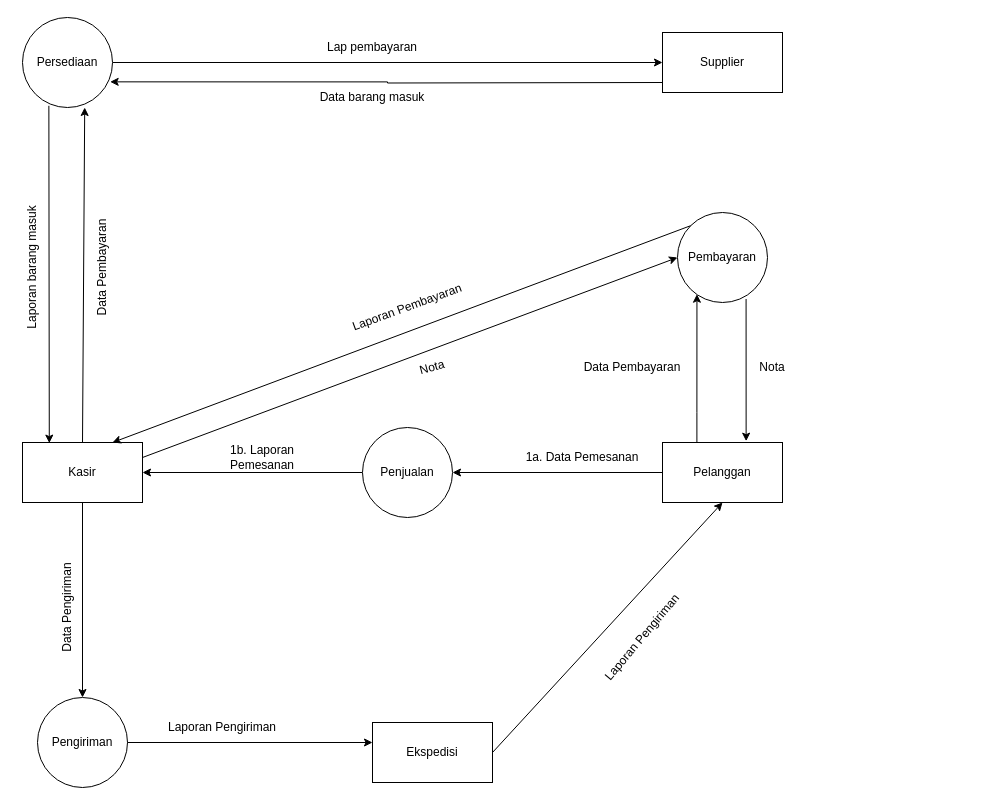
Above: Diagram Tanpa Judul.drawio in Nadanafisah676/Nadanafisah676 (draw.io), before the change. Source tidied: cells renumbered, new cells numbered last; positions are measured from the earlier drawing's top-left corner, leaving out a move shared by most shapes. Both pictures are drawn from the tidied source at 100%, with x=0, y=0 at pixel (-48, 17).
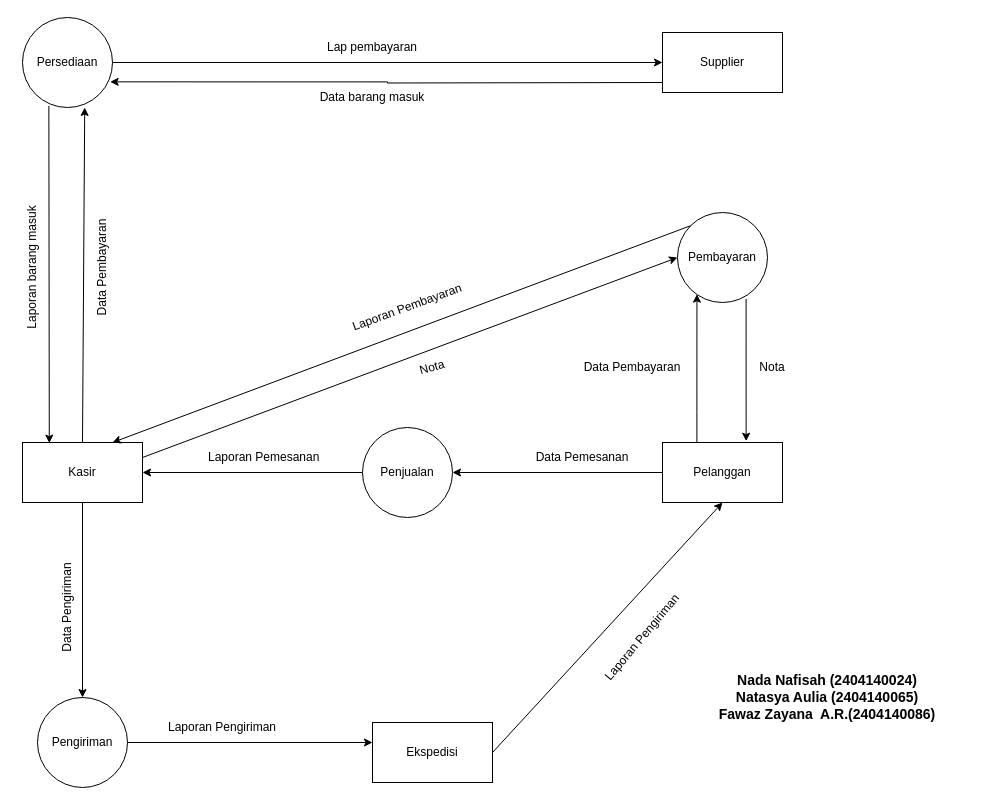
The same page after the edit.

What changed in the source:
```diff
@@
-    <mxCell id="16" value="1a. Data Pemesanan" style="text;html=1;align=center;verticalAlign=middle;whiteSpace=wrap;rounded=0;" parent="1" vertex="1">
+    <mxCell id="16" value="Data Pemesanan" style="text;html=1;align=center;verticalAlign=middle;whiteSpace=wrap;rounded=0;" parent="1" vertex="1">
       <mxGeometry x="570" y="425" width="120" height="30" as="geometry" />
     </mxCell>
-    <mxCell id="17" value="1b. Laporan Pemesanan" style="text;html=1;align=center;verticalAlign=middle;whiteSpace=wrap;rounded=0;" parent="1" vertex="1">
+    <mxCell id="17" value="&amp;nbsp;Laporan Pemesanan" style="text;html=1;align=center;verticalAlign=middle;whiteSpace=wrap;rounded=0;" parent="1" vertex="1">
       <mxGeometry x="250" y="425" width="120" height="30" as="geometry" />
     </mxCell>
@@
+    <mxCell id="36" value="&lt;b&gt;&lt;font style=&quot;font-size: 14px;&quot;&gt;Nada Nafisah (2404140024)&lt;/font&gt;&lt;/b&gt;&lt;div&gt;&lt;b&gt;&lt;font style=&quot;font-size: 14px;&quot;&gt;Natasya Aulia (2404140065)&lt;/font&gt;&lt;/b&gt;&lt;/div&gt;&lt;div&gt;&lt;b&gt;&lt;font style=&quot;font-size: 14px;&quot;&gt;Fawaz Zayana&amp;nbsp; A.R.(2404140086)&lt;/font&gt;&lt;/b&gt;&lt;/div&gt;" style="text;html=1;align=center;verticalAlign=middle;whiteSpace=wrap;rounded=0;" parent="1" vertex="1">
+      <mxGeometry x="725" y="665" width="300" height="30" as="geometry" />
+    </mxCell>
```
